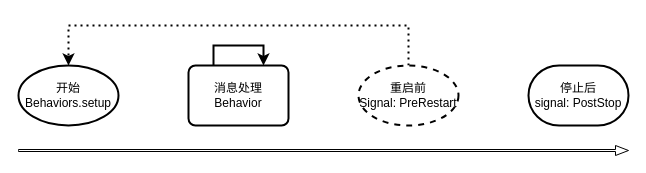
Earlier version of the draw.io diagram book/docs/draw/actor.drawio (yangbajing/akka-cookbook). Source tidied: cells renumbered, new cells numbered last; positions are measured from the earlier drawing's top-left corner, leaving out a move shared by most shapes. Both pictures are drawn from the tidied source at 100%, with x=0, y=0 at pixel (18, 25).
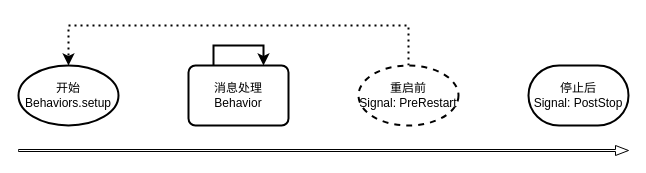
The same page after the edit.

Diff of the diagram source:
```diff
@@
 <mxGraphModel>
   <root>
     <mxCell id="0" />
     <mxCell id="1" parent="0" />
     <mxCell id="2" value="开始&lt;br style=&quot;white-space: normal&quot;&gt;&lt;span style=&quot;white-space: normal&quot;&gt;Behaviors.setup&lt;/span&gt;" style="strokeWidth=2;html=1;shape=mxgraph.flowchart.start_1;whiteSpace=wrap;" parent="1" vertex="1">
       <mxGeometry y="40" width="100" height="60" as="geometry" />
     </mxCell>
-    <mxCell id="3" value="停止后&lt;br&gt;signal: PostStop" style="strokeWidth=2;html=1;shape=mxgraph.flowchart.terminator;whiteSpace=wrap;" parent="1" vertex="1">
+    <mxCell id="3" value="停止后&lt;br&gt;Signal: PostStop" style="strokeWidth=2;html=1;shape=mxgraph.flowchart.terminator;whiteSpace=wrap;" parent="1" vertex="1">
       <mxGeometry x="510" y="40" width="100" height="60" as="geometry" />
     </mxCell>
     <mxCell id="4" style="edgeStyle=orthogonalEdgeStyle;rounded=0;jettySize=auto;html=1;exitX=0.5;exitY=0;exitDx=0;exitDy=0;exitPerimeter=0;entryX=0.5;entryY=0;entryDx=0;entryDy=0;entryPerimeter=0;dashed=1;strokeWidth=2;dashPattern=1 2;" parent="1" edge="1" source="5" target="2">
       <mxGeometry relative="1" as="geometry">
         <Array as="points">
           <mxPoint x="390" />
           <mxPoint x="50" />
         </Array>
       </mxGeometry>
     </mxCell>
     <mxCell id="5" value="重启前&lt;br&gt;Signal: PreRestart" style="strokeWidth=2;html=1;shape=mxgraph.flowchart.start_2;whiteSpace=wrap;gradientColor=none;dashed=1;" parent="1" vertex="1">
       <mxGeometry x="340" y="40" width="100" height="60" as="geometry" />
     </mxCell>
     <mxCell id="6" value="消息处理&lt;br&gt;Behavior" style="rounded=1;whiteSpace=wrap;html=1;absoluteArcSize=1;arcSize=14;strokeWidth=2;" parent="1" vertex="1">
       <mxGeometry x="170" y="40" width="100" height="60" as="geometry" />
     </mxCell>
     <mxCell id="7" style="verticalLabelPosition=bottom;verticalAlign=top;html=1;strokeWidth=1;shape=mxgraph.arrows2.arrow;dy=0.8;dx=13;notch=0;gradientColor=none;rotation=0;" parent="1" vertex="1">
       <mxGeometry y="120" width="610" height="10" as="geometry" />
     </mxCell>
     <mxCell id="8" style="edgeStyle=orthogonalEdgeStyle;rounded=0;orthogonalLoop=1;jettySize=auto;html=1;exitX=0.25;exitY=0;exitDx=0;exitDy=0;entryX=0.75;entryY=0;entryDx=0;entryDy=0;strokeWidth=2;" parent="1" edge="1" source="6" target="6">
       <mxGeometry relative="1" as="geometry">
         <Array as="points">
           <mxPoint x="195" y="20" />
           <mxPoint x="245" y="20" />
         </Array>
       </mxGeometry>
     </mxCell>
   </root>
 </mxGraphModel>
```
